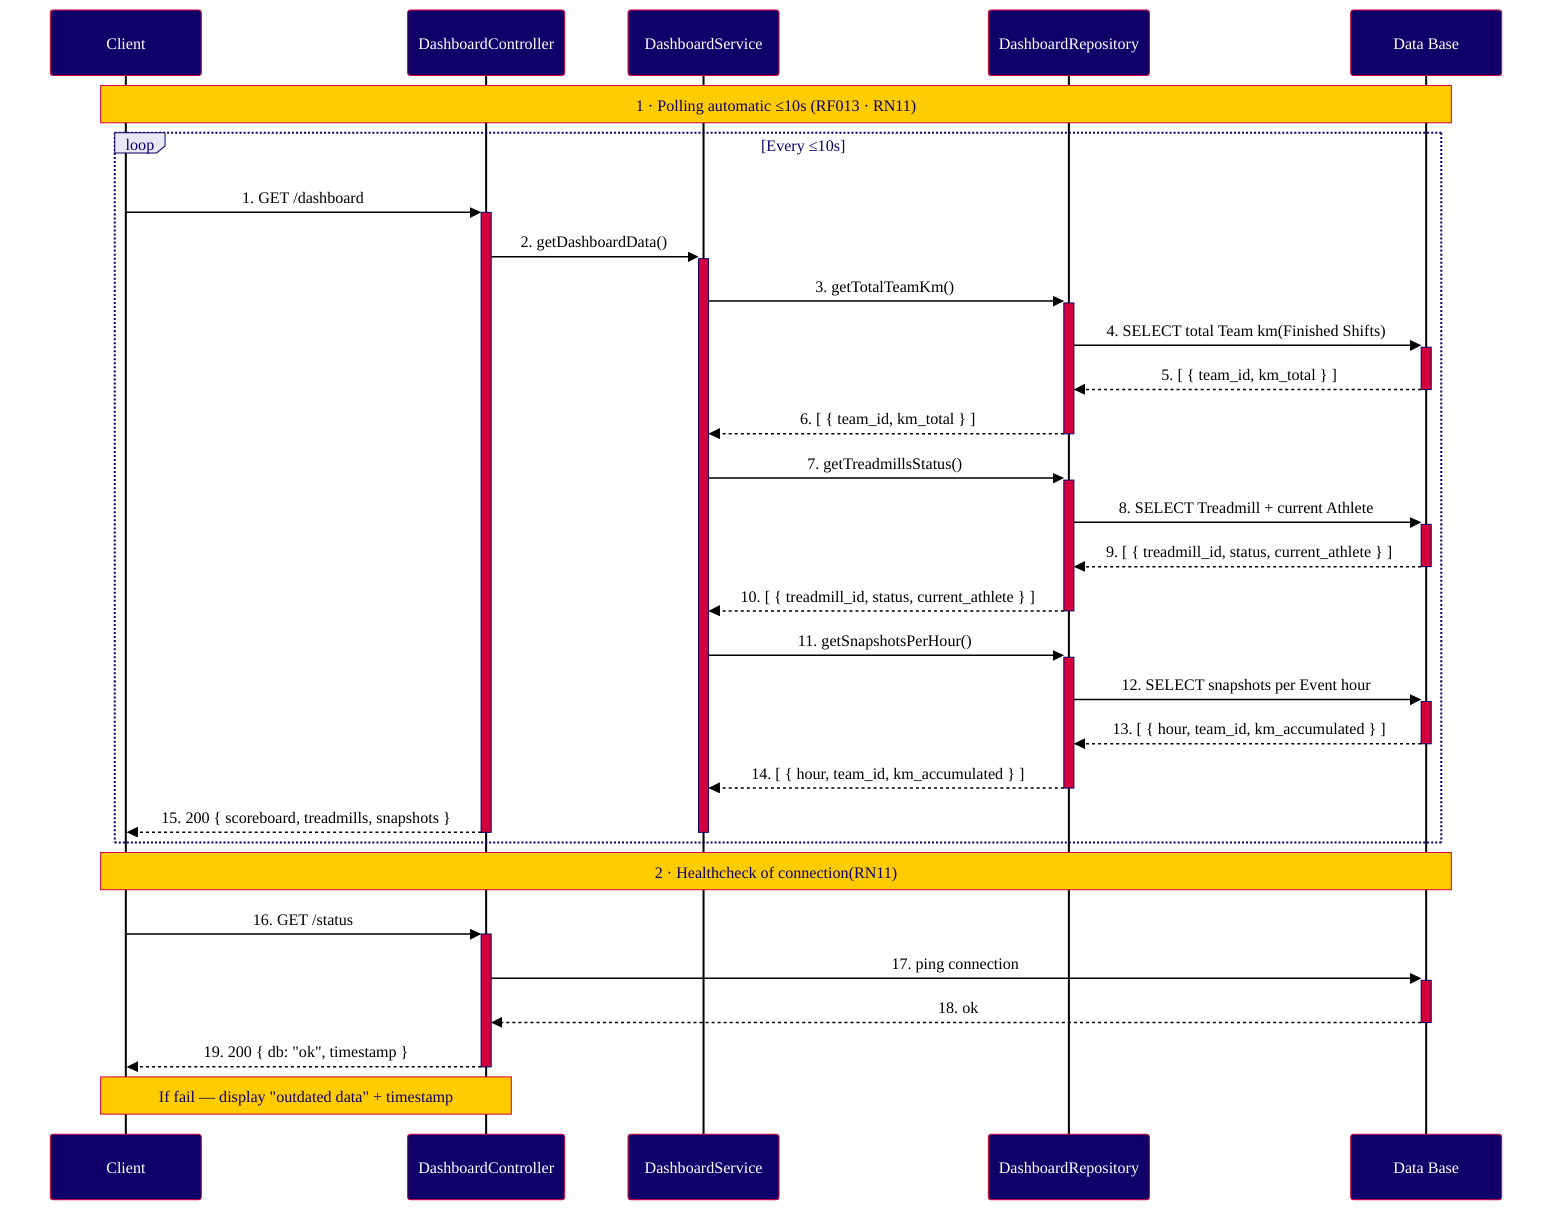
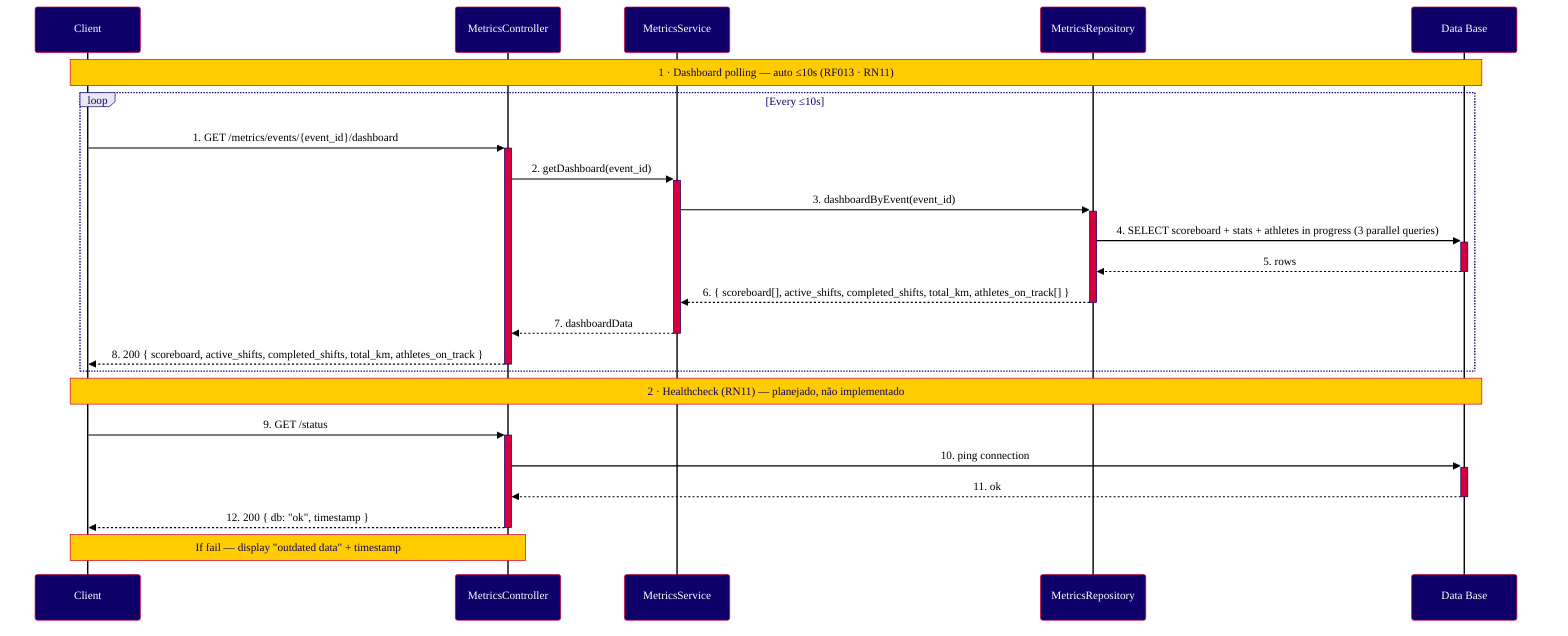

%%{init: {
  "theme": "base",
+   "background": "#ffffff",
  "themeVariables": {
    "primaryColor": "#0F0069",
    "primaryTextColor": "#FFFFFF",
    "primaryBorderColor": "#D2003C",
    "secondaryColor": "#D2003C",
    "secondaryTextColor": "#FFFFFF",
    "secondaryBorderColor": "#D2003C",
    "tertiaryColor": "#E8E8F5",
    "tertiaryTextColor": "#0F0069",
    "tertiaryBorderColor": "#0F0069",
    "noteBkgColor": "#FFCC00",
    "noteTextColor": "#0F0069",
    "noteBorderColor": "#D2003C",
    "activationBkgColor": "#D2003C",
    "activationBorderColor": "#0F0069",
    "actorBkg": "#0F0069",
    "actorTextColor": "#FFFFFF",
    "actorBorderColor": "#D2003C",
    "actorLineColor": "#000000",
    "signalColor": "#000000",
    "signalTextColor": "#000000",
    "labelBoxBkgColor": "#E8E8F5",
    "labelBoxBorderColor": "#0F0069",
    "labelTextColor": "#0F0069",
    "loopTextColor": "#0F0069",
    "fontFamily": "Arial, sans-serif",
    "fontSize": "14px",
    "background": "#FFFFFF"
  }
}}%%
sequenceDiagram
    participant C as Client
-     participant DC as DashboardController
-     participant DS as DashboardService
-     participant DR as DashboardRepository
+     participant MC as MetricsController
+     participant MS as MetricsService
+     participant MR as MetricsRepository
    participant DB as Data Base

-     Note over C,DB: 1 · Polling automatic ≤10s (RF013 · RN11)
+     Note over C,DB: 1 · Dashboard polling — auto ≤10s (RF013 · RN11)

    loop Every ≤10s
-         C->>+DC: 1. GET /dashboard
-         DC->>+DS: 2. getDashboardData()
-         DS->>+DR: 3. getTotalTeamKm()
-         DR->>+DB: 4. SELECT total Team km(Finished Shifts)
-         DB-->>-DR: 5. [ { team_id, km_total } ]
-         DR-->>-DS: 6. [ { team_id, km_total } ]
-         DS->>+DR: 7. getTreadmillsStatus()
-         DR->>+DB: 8. SELECT Treadmill + current Athlete
-         DB-->>-DR: 9. [ { treadmill_id, status, current_athlete } ]
-         DR-->>-DS: 10. [ { treadmill_id, status, current_athlete } ]
-         DS->>+DR: 11. getSnapshotsPerHour()
-         DR->>+DB: 12. SELECT snapshots per Event hour
-         DB-->>-DR: 13. [ { hour, team_id, km_accumulated } ]
-         DR-->>-DS: 14. [ { hour, team_id, km_accumulated } ]
-         DC-->>-C: 15. 200 { scoreboard, treadmills, snapshots }
-         deactivate DS
+         C->>+MC: 1. GET /metrics/events/{event_id}/dashboard
+         MC->>+MS: 2. getDashboard(event_id)
+         MS->>+MR: 3. dashboardByEvent(event_id)
+         MR->>+DB: 4. SELECT scoreboard + stats + athletes in progress (3 parallel queries)
+         DB-->>-MR: 5. rows
+         MR-->>-MS: 6. { scoreboard[], active_shifts, completed_shifts, total_km, athletes_on_track[] }
+         MS-->>-MC: 7. dashboardData
+         MC-->>-C: 8. 200 { scoreboard, active_shifts, completed_shifts, total_km, athletes_on_track }
    end

-     Note over C,DB: 2 · Healthcheck of connection(RN11)
+     Note over C,DB: 2 · Healthcheck (RN11) — planejado, não implementado

-     C->>+DC: 16. GET /status
-     DC->>+DB: 17. ping connection
-     DB-->>-DC: 18. ok
-     DC-->>-C: 19. 200 { db: "ok", timestamp }
-     Note over C,DC: If fail — display "outdated data" + timestamp
+     C->>+MC: 9. GET /status
+     MC->>+DB: 10. ping connection
+     DB-->>-MC: 11. ok
+     MC-->>-C: 12. 200 { db: "ok", timestamp }
+     Note over C,MC: If fail — display "outdated data" + timestamp
